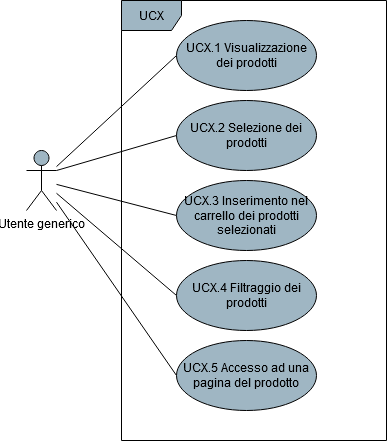
Omicron-Team/Documentazione keeps this draw.io diagram as DocumentazioneEsterna/AnalisiDeiRequisiti/res/UseCase/Immagini/InterazionePaginaCategoria.png. Above is the earlier version. Source tidied: cells renumbered, new cells last; positions are measured from the earlier drawing's top-left corner, leaving out a move shared by most shapes. Its diagram source:
```xml
<mxGraphModel>
  <root>
    <mxCell id="0" />
    <mxCell id="1" parent="0" />
    <mxCell id="2" style="rounded=0;jettySize=auto;html=1;entryX=0;entryY=0.5;entryDx=0;entryDy=0;endArrow=none;endFill=0;" parent="1" edge="1" source="6" target="8">
      <mxGeometry relative="1" as="geometry" />
    </mxCell>
    <mxCell id="3" style="edgeStyle=none;rounded=0;jettySize=auto;html=1;entryX=0;entryY=0.5;entryDx=0;entryDy=0;endArrow=none;endFill=0;" parent="1" edge="1" source="6" target="9">
      <mxGeometry relative="1" as="geometry" />
    </mxCell>
    <mxCell id="4" style="edgeStyle=none;rounded=0;jettySize=auto;html=1;entryX=0;entryY=0.5;entryDx=0;entryDy=0;endArrow=none;endFill=0;" parent="1" edge="1" source="6" target="10">
      <mxGeometry relative="1" as="geometry" />
    </mxCell>
    <mxCell id="5" style="edgeStyle=none;rounded=0;jettySize=auto;html=1;entryX=0;entryY=0.5;entryDx=0;entryDy=0;endArrow=none;endFill=0;" parent="1" edge="1" source="6" target="11">
      <mxGeometry relative="1" as="geometry" />
    </mxCell>
    <mxCell id="6" value="Utente generico" style="shape=umlActor;verticalLabelPosition=bottom;verticalAlign=top;html=1;fillColor=#9FB6C3;" parent="1" vertex="1">
      <mxGeometry y="150" width="30" height="60" as="geometry" />
    </mxCell>
    <mxCell id="7" value="UCX" style="shape=umlFrame;whiteSpace=wrap;html=1;fillColor=#9FB6C3;" parent="1" vertex="1">
      <mxGeometry x="95" width="265" height="440" as="geometry" />
    </mxCell>
    <mxCell id="8" value="UCX.1 Visualizzazione dei prodotti" style="ellipse;whiteSpace=wrap;html=1;fillColor=#9FB6C3;" parent="1" vertex="1">
      <mxGeometry x="150" y="20" width="140" height="70" as="geometry" />
    </mxCell>
    <mxCell id="9" value="UCX.3 Inserimento nel carrello dei prodotti selezionati" style="ellipse;whiteSpace=wrap;html=1;fillColor=#9FB6C3;" parent="1" vertex="1">
      <mxGeometry x="150" y="180" width="140" height="70" as="geometry" />
    </mxCell>
    <mxCell id="10" value="UCX.4 Filtraggio dei prodotti" style="ellipse;whiteSpace=wrap;html=1;fillColor=#9FB6C3;" parent="1" vertex="1">
      <mxGeometry x="150" y="260" width="140" height="70" as="geometry" />
    </mxCell>
    <mxCell id="11" value="UCX.5 Accesso ad una pagina del prodotto" style="ellipse;whiteSpace=wrap;html=1;fillColor=#9FB6C3;" parent="1" vertex="1">
      <mxGeometry x="150" y="340" width="140" height="70" as="geometry" />
    </mxCell>
    <mxCell id="12" value="UCX.2 Selezione dei prodotti" style="ellipse;whiteSpace=wrap;html=1;fillColor=#9FB6C3;" parent="1" vertex="1">
      <mxGeometry x="150" y="100" width="140" height="70" as="geometry" />
    </mxCell>
    <mxCell id="13" style="rounded=0;jettySize=auto;html=1;entryX=0;entryY=0.5;entryDx=0;entryDy=0;endArrow=none;endFill=0;exitX=1;exitY=0.3333333333333333;exitDx=0;exitDy=0;exitPerimeter=0;" parent="1" edge="1" source="6" target="12">
      <mxGeometry relative="1" as="geometry" />
    </mxCell>
  </root>
</mxGraphModel>
```
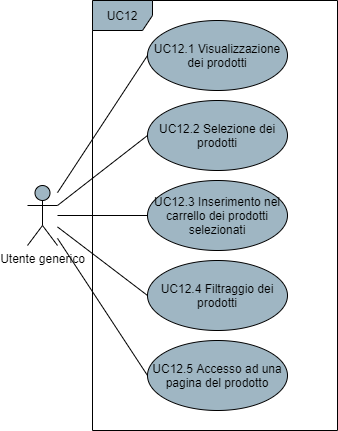
After the commit.

Change to the diagram source:
```diff
@@ -15,24 +15,24 @@
       <mxGeometry relative="1" as="geometry" />
     </mxCell>
     <mxCell id="6" value="Utente generico" style="shape=umlActor;verticalLabelPosition=bottom;verticalAlign=top;html=1;fillColor=#9FB6C3;" parent="1" vertex="1">
-      <mxGeometry y="150" width="30" height="60" as="geometry" />
+      <mxGeometry x="30" y="185" width="30" height="60" as="geometry" />
     </mxCell>
-    <mxCell id="7" value="UCX" style="shape=umlFrame;whiteSpace=wrap;html=1;fillColor=#9FB6C3;" parent="1" vertex="1">
-      <mxGeometry x="95" width="265" height="440" as="geometry" />
+    <mxCell id="7" value="UC12" style="shape=umlFrame;whiteSpace=wrap;html=1;fillColor=#9FB6C3;" parent="1" vertex="1">
+      <mxGeometry x="95" width="245" height="430" as="geometry" />
     </mxCell>
-    <mxCell id="8" value="UCX.1 Visualizzazione dei prodotti" style="ellipse;whiteSpace=wrap;html=1;fillColor=#9FB6C3;" parent="1" vertex="1">
+    <mxCell id="8" value="UC12.1 Visualizzazione dei prodotti" style="ellipse;whiteSpace=wrap;html=1;fillColor=#9FB6C3;" parent="1" vertex="1">
       <mxGeometry x="150" y="20" width="140" height="70" as="geometry" />
     </mxCell>
-    <mxCell id="9" value="UCX.3 Inserimento nel carrello dei prodotti selezionati" style="ellipse;whiteSpace=wrap;html=1;fillColor=#9FB6C3;" parent="1" vertex="1">
+    <mxCell id="9" value="UC12.3 Inserimento nel carrello dei prodotti selezionati" style="ellipse;whiteSpace=wrap;html=1;fillColor=#9FB6C3;" parent="1" vertex="1">
       <mxGeometry x="150" y="180" width="140" height="70" as="geometry" />
     </mxCell>
-    <mxCell id="10" value="UCX.4 Filtraggio dei prodotti" style="ellipse;whiteSpace=wrap;html=1;fillColor=#9FB6C3;" parent="1" vertex="1">
+    <mxCell id="10" value="UC12.4 Filtraggio dei prodotti" style="ellipse;whiteSpace=wrap;html=1;fillColor=#9FB6C3;" parent="1" vertex="1">
       <mxGeometry x="150" y="260" width="140" height="70" as="geometry" />
     </mxCell>
-    <mxCell id="11" value="UCX.5 Accesso ad una pagina del prodotto" style="ellipse;whiteSpace=wrap;html=1;fillColor=#9FB6C3;" parent="1" vertex="1">
+    <mxCell id="11" value="UC12.5 Accesso ad una pagina del prodotto" style="ellipse;whiteSpace=wrap;html=1;fillColor=#9FB6C3;" parent="1" vertex="1">
       <mxGeometry x="150" y="340" width="140" height="70" as="geometry" />
     </mxCell>
-    <mxCell id="12" value="UCX.2 Selezione dei prodotti" style="ellipse;whiteSpace=wrap;html=1;fillColor=#9FB6C3;" parent="1" vertex="1">
+    <mxCell id="12" value="UC12.2 Selezione dei prodotti" style="ellipse;whiteSpace=wrap;html=1;fillColor=#9FB6C3;" parent="1" vertex="1">
       <mxGeometry x="150" y="100" width="140" height="70" as="geometry" />
     </mxCell>
     <mxCell id="13" style="rounded=0;jettySize=auto;html=1;entryX=0;entryY=0.5;entryDx=0;entryDy=0;endArrow=none;endFill=0;exitX=1;exitY=0.3333333333333333;exitDx=0;exitDy=0;exitPerimeter=0;" parent="1" edge="1" source="6" target="12">
```
